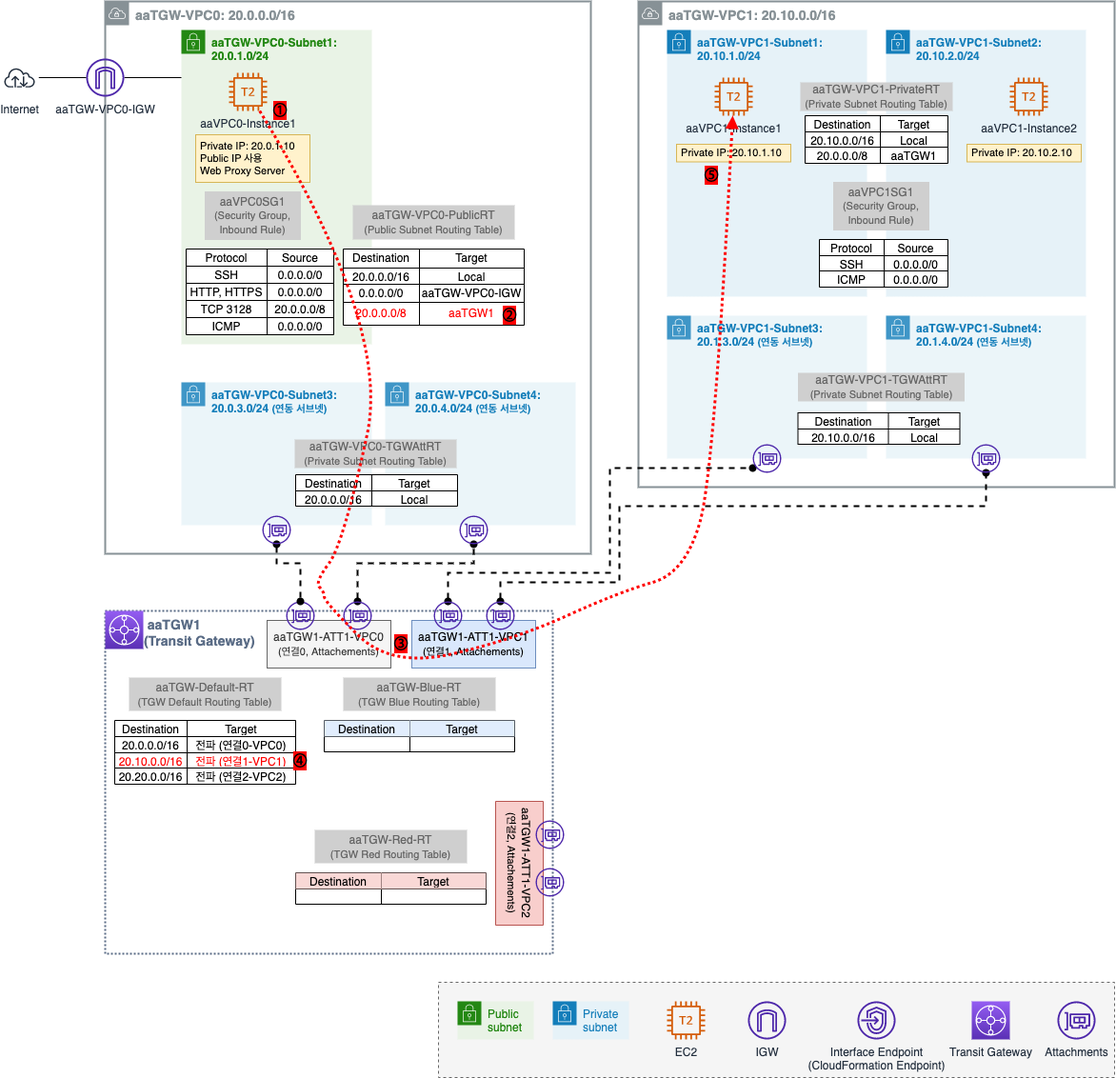
Above: assets/img/dev/2022/1211/tgw_flow_3.png in assu10/assu10.github.io (draw.io), before the change. Source tidied: cells renumbered, new cells last; positions are measured from the earlier drawing's top-left corner, leaving out a move shared by most shapes.
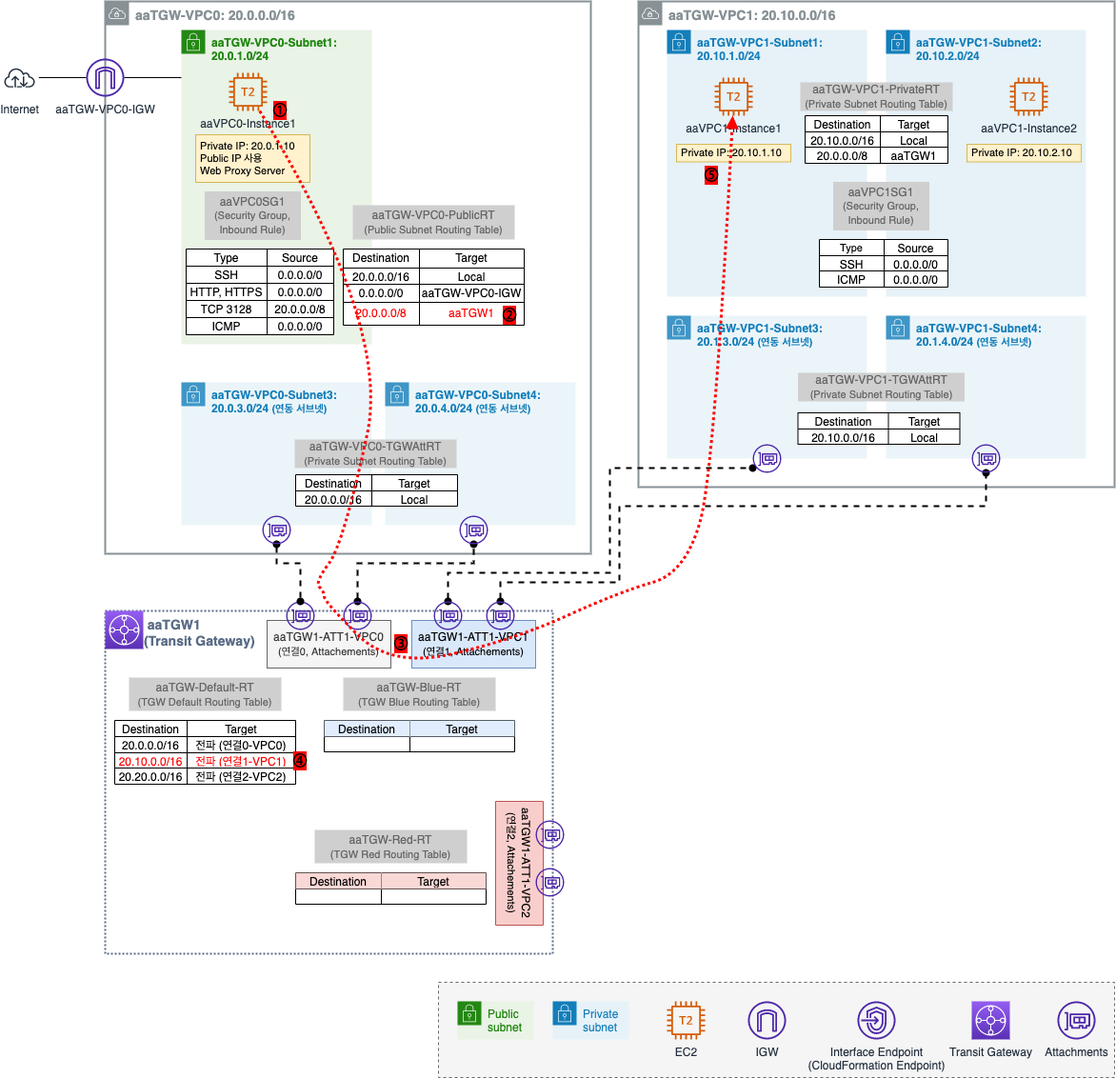
The same file after the commit.

Change to the diagram source:
```diff
@@ -100,7 +100,7 @@
     <mxCell id="32" style="shape=tableRow;horizontal=0;startSize=0;swimlaneHead=0;swimlaneBody=0;strokeColor=inherit;top=0;left=0;bottom=0;right=0;fillColor=none;fontSize=14;" parent="31" vertex="1">
       <mxGeometry width="155" height="18" as="geometry" />
     </mxCell>
-    <mxCell id="33" value="Protocol" style="shape=partialRectangle;html=1;whiteSpace=wrap;strokeColor=inherit;overflow=hidden;fillColor=none;top=0;left=0;bottom=0;right=0;fontSize=12;" parent="32" vertex="1">
+    <mxCell id="33" value="Type" style="shape=partialRectangle;html=1;whiteSpace=wrap;strokeColor=inherit;overflow=hidden;fillColor=none;top=0;left=0;bottom=0;right=0;fontSize=12;" parent="32" vertex="1">
       <mxGeometry width="85" height="18" as="geometry" />
     </mxCell>
     <mxCell id="34" value="Source" style="shape=partialRectangle;html=1;whiteSpace=wrap;strokeColor=inherit;overflow=hidden;fillColor=none;top=0;left=0;bottom=0;right=0;fontSize=12;" parent="32" vertex="1">
@@ -208,7 +208,7 @@
     <mxCell id="68" style="shape=tableRow;horizontal=0;startSize=0;swimlaneHead=0;swimlaneBody=0;strokeColor=inherit;top=0;left=0;bottom=0;right=0;fillColor=none;fontSize=11;" parent="67" vertex="1">
       <mxGeometry width="135" height="17" as="geometry" />
     </mxCell>
-    <mxCell id="69" value="&lt;font style=&quot;font-size: 12px;&quot;&gt;Protocol&lt;/font&gt;" style="shape=partialRectangle;html=1;whiteSpace=wrap;strokeColor=inherit;overflow=hidden;fillColor=none;top=0;left=0;bottom=0;right=0;fontSize=11;" parent="68" vertex="1">
+    <mxCell id="69" value="Type" style="shape=partialRectangle;html=1;whiteSpace=wrap;strokeColor=inherit;overflow=hidden;fillColor=none;top=0;left=0;bottom=0;right=0;fontSize=11;" parent="68" vertex="1">
       <mxGeometry width="68" height="17" as="geometry" />
     </mxCell>
     <mxCell id="70" value="Source" style="shape=partialRectangle;html=1;whiteSpace=wrap;strokeColor=inherit;overflow=hidden;fillColor=none;top=0;left=0;bottom=0;right=0;fontSize=12;" parent="68" vertex="1">
```
